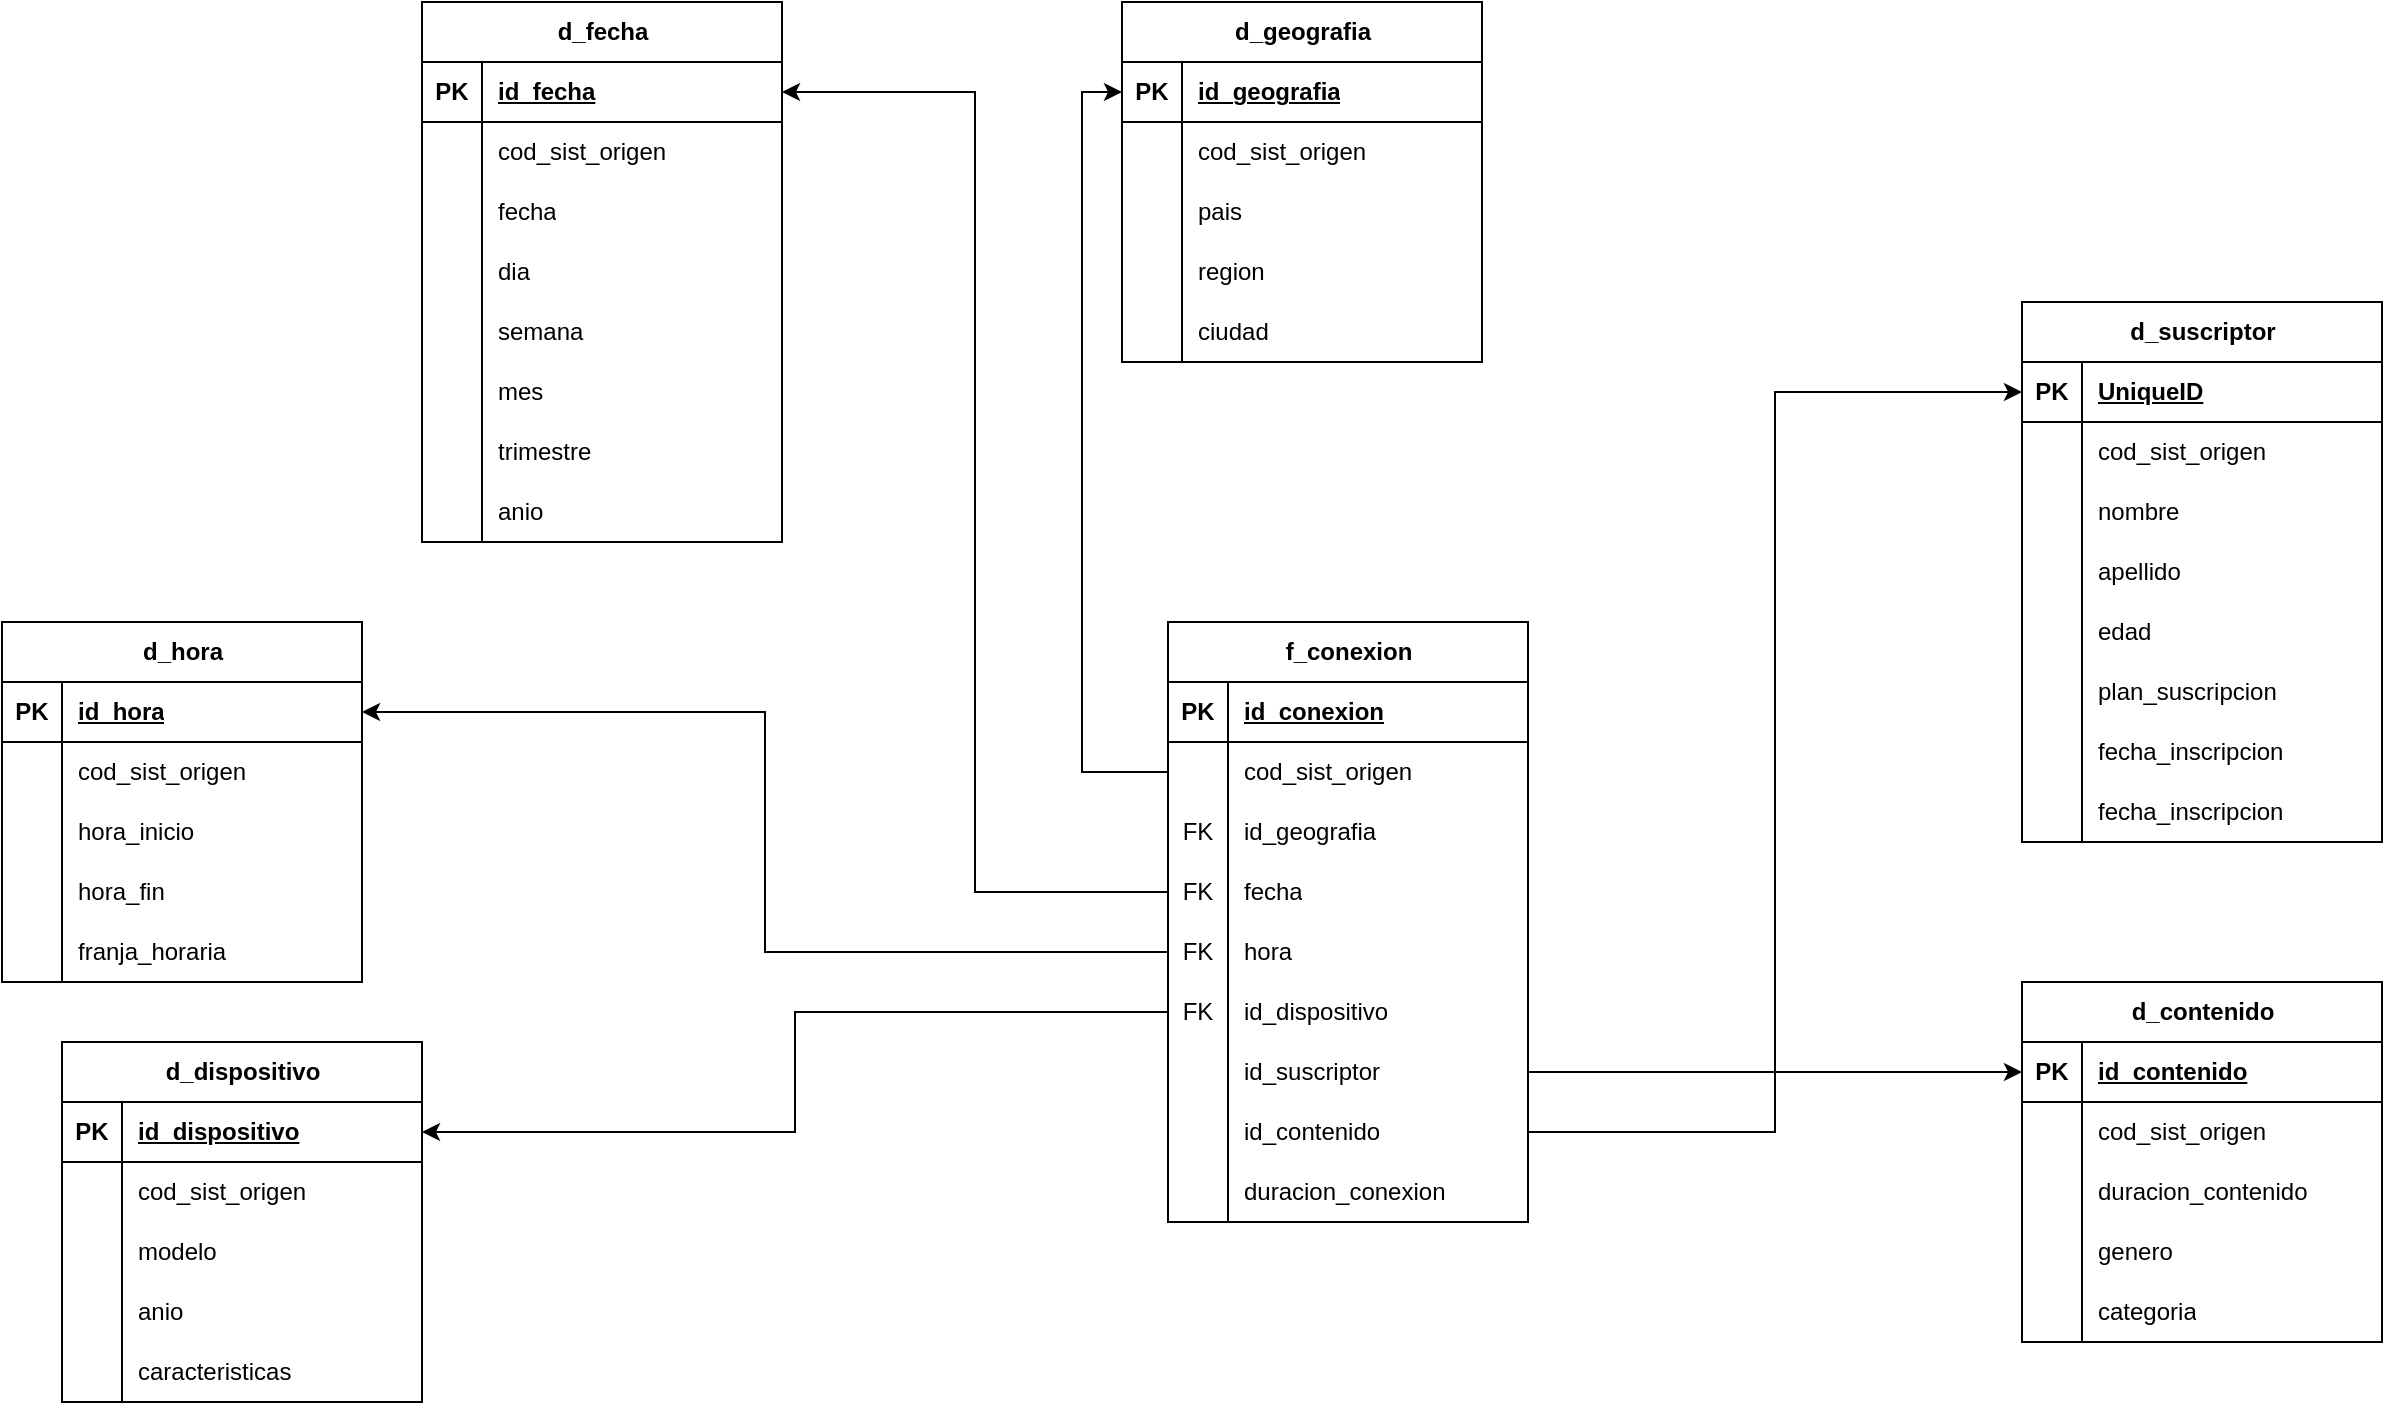
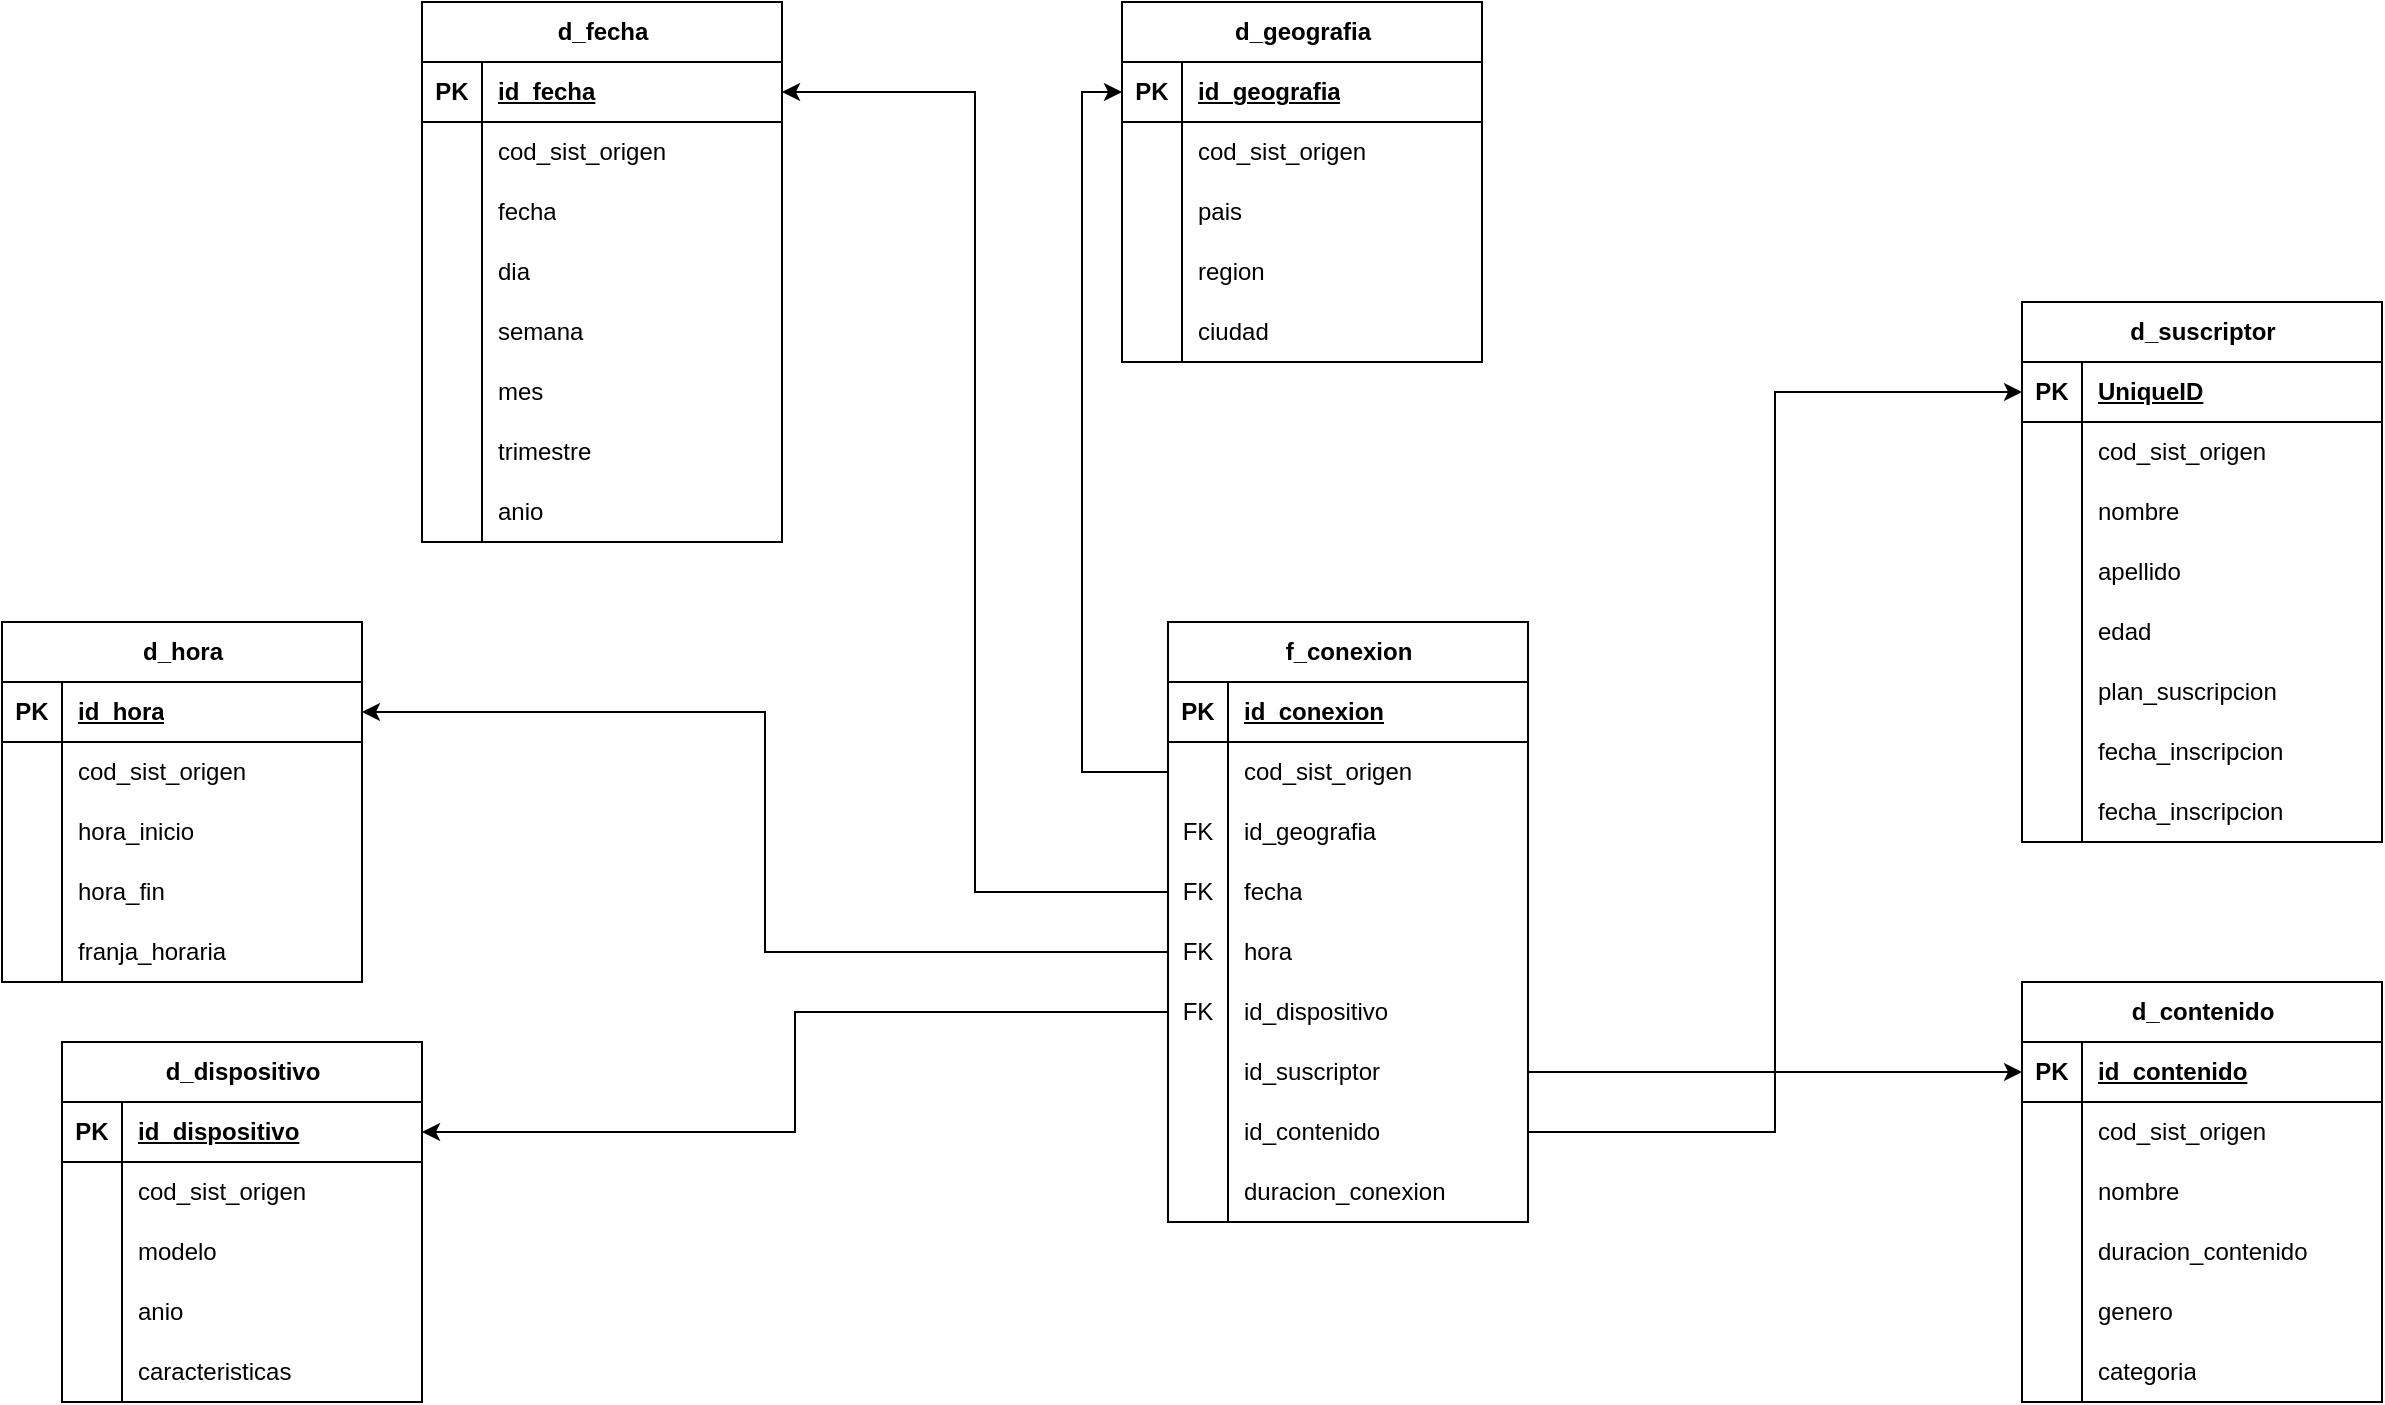
<mxfile host="app.diagrams.net">
  <diagram name="Página-1" id="CJSrgQ3mgTWEq4AmTGNy">
    <mxGraphModel dx="2592" dy="1884" grid="1" gridSize="10" guides="1" tooltips="1" connect="1" arrows="1" fold="1" page="1" pageScale="1" pageWidth="827" pageHeight="1169" math="0" shadow="0">
      <root>
        <mxCell id="0" />
        <mxCell id="1" parent="0" />
        <mxCell id="_npB_olXc3t6ZuDcXEgX-1" parent="1" style="shape=table;startSize=30;container=1;collapsible=1;childLayout=tableLayout;fixedRows=1;rowLines=0;fontStyle=1;align=center;resizeLast=1;html=1;" value="d_geografia" vertex="1">
          <mxGeometry height="180" width="180" x="390" y="-280" as="geometry" />
        </mxCell>
        <mxCell id="_npB_olXc3t6ZuDcXEgX-2" parent="_npB_olXc3t6ZuDcXEgX-1" style="shape=tableRow;horizontal=0;startSize=0;swimlaneHead=0;swimlaneBody=0;fillColor=none;collapsible=0;dropTarget=0;points=[[0,0.5],[1,0.5]];portConstraint=eastwest;top=0;left=0;right=0;bottom=1;" value="" vertex="1">
          <mxGeometry height="30" width="180" y="30" as="geometry" />
        </mxCell>
        <mxCell id="_npB_olXc3t6ZuDcXEgX-3" parent="_npB_olXc3t6ZuDcXEgX-2" style="shape=partialRectangle;connectable=0;fillColor=none;top=0;left=0;bottom=0;right=0;fontStyle=1;overflow=hidden;whiteSpace=wrap;html=1;" value="PK" vertex="1">
          <mxGeometry height="30" width="30" as="geometry">
            <mxRectangle height="30" width="30" as="alternateBounds" />
          </mxGeometry>
        </mxCell>
        <mxCell id="_npB_olXc3t6ZuDcXEgX-4" parent="_npB_olXc3t6ZuDcXEgX-2" style="shape=partialRectangle;connectable=0;fillColor=none;top=0;left=0;bottom=0;right=0;align=left;spacingLeft=6;fontStyle=5;overflow=hidden;whiteSpace=wrap;html=1;" value="id_geografia" vertex="1">
          <mxGeometry height="30" width="150" x="30" as="geometry">
            <mxRectangle height="30" width="150" as="alternateBounds" />
          </mxGeometry>
        </mxCell>
        <mxCell id="_npB_olXc3t6ZuDcXEgX-5" parent="_npB_olXc3t6ZuDcXEgX-1" style="shape=tableRow;horizontal=0;startSize=0;swimlaneHead=0;swimlaneBody=0;fillColor=none;collapsible=0;dropTarget=0;points=[[0,0.5],[1,0.5]];portConstraint=eastwest;top=0;left=0;right=0;bottom=0;" value="" vertex="1">
          <mxGeometry height="30" width="180" y="60" as="geometry" />
        </mxCell>
        <mxCell id="_npB_olXc3t6ZuDcXEgX-6" parent="_npB_olXc3t6ZuDcXEgX-5" style="shape=partialRectangle;connectable=0;fillColor=none;top=0;left=0;bottom=0;right=0;editable=1;overflow=hidden;whiteSpace=wrap;html=1;" value="" vertex="1">
          <mxGeometry height="30" width="30" as="geometry">
            <mxRectangle height="30" width="30" as="alternateBounds" />
          </mxGeometry>
        </mxCell>
        <mxCell id="_npB_olXc3t6ZuDcXEgX-7" parent="_npB_olXc3t6ZuDcXEgX-5" style="shape=partialRectangle;connectable=0;fillColor=none;top=0;left=0;bottom=0;right=0;align=left;spacingLeft=6;overflow=hidden;whiteSpace=wrap;html=1;" value="cod_sist_origen" vertex="1">
          <mxGeometry height="30" width="150" x="30" as="geometry">
            <mxRectangle height="30" width="150" as="alternateBounds" />
          </mxGeometry>
        </mxCell>
        <mxCell id="cPr3DCjvWUAbPxRIG4sF-52" parent="_npB_olXc3t6ZuDcXEgX-1" style="shape=tableRow;horizontal=0;startSize=0;swimlaneHead=0;swimlaneBody=0;fillColor=none;collapsible=0;dropTarget=0;points=[[0,0.5],[1,0.5]];portConstraint=eastwest;top=0;left=0;right=0;bottom=0;" value="" vertex="1">
          <mxGeometry height="30" width="180" y="90" as="geometry" />
        </mxCell>
        <mxCell id="cPr3DCjvWUAbPxRIG4sF-53" parent="cPr3DCjvWUAbPxRIG4sF-52" style="shape=partialRectangle;connectable=0;fillColor=none;top=0;left=0;bottom=0;right=0;editable=1;overflow=hidden;whiteSpace=wrap;html=1;" value="" vertex="1">
          <mxGeometry height="30" width="30" as="geometry">
            <mxRectangle height="30" width="30" as="alternateBounds" />
          </mxGeometry>
        </mxCell>
        <mxCell id="cPr3DCjvWUAbPxRIG4sF-54" parent="cPr3DCjvWUAbPxRIG4sF-52" style="shape=partialRectangle;connectable=0;fillColor=none;top=0;left=0;bottom=0;right=0;align=left;spacingLeft=6;overflow=hidden;whiteSpace=wrap;html=1;" value="pais" vertex="1">
          <mxGeometry height="30" width="150" x="30" as="geometry">
            <mxRectangle height="30" width="150" as="alternateBounds" />
          </mxGeometry>
        </mxCell>
        <mxCell id="_npB_olXc3t6ZuDcXEgX-8" parent="_npB_olXc3t6ZuDcXEgX-1" style="shape=tableRow;horizontal=0;startSize=0;swimlaneHead=0;swimlaneBody=0;fillColor=none;collapsible=0;dropTarget=0;points=[[0,0.5],[1,0.5]];portConstraint=eastwest;top=0;left=0;right=0;bottom=0;" value="" vertex="1">
          <mxGeometry height="30" width="180" y="120" as="geometry" />
        </mxCell>
        <mxCell id="_npB_olXc3t6ZuDcXEgX-9" parent="_npB_olXc3t6ZuDcXEgX-8" style="shape=partialRectangle;connectable=0;fillColor=none;top=0;left=0;bottom=0;right=0;editable=1;overflow=hidden;whiteSpace=wrap;html=1;" value="" vertex="1">
          <mxGeometry height="30" width="30" as="geometry">
            <mxRectangle height="30" width="30" as="alternateBounds" />
          </mxGeometry>
        </mxCell>
        <mxCell id="_npB_olXc3t6ZuDcXEgX-10" parent="_npB_olXc3t6ZuDcXEgX-8" style="shape=partialRectangle;connectable=0;fillColor=none;top=0;left=0;bottom=0;right=0;align=left;spacingLeft=6;overflow=hidden;whiteSpace=wrap;html=1;" value="region" vertex="1">
          <mxGeometry height="30" width="150" x="30" as="geometry">
            <mxRectangle height="30" width="150" as="alternateBounds" />
          </mxGeometry>
        </mxCell>
        <mxCell id="_npB_olXc3t6ZuDcXEgX-11" parent="_npB_olXc3t6ZuDcXEgX-1" style="shape=tableRow;horizontal=0;startSize=0;swimlaneHead=0;swimlaneBody=0;fillColor=none;collapsible=0;dropTarget=0;points=[[0,0.5],[1,0.5]];portConstraint=eastwest;top=0;left=0;right=0;bottom=0;" value="" vertex="1">
          <mxGeometry height="30" width="180" y="150" as="geometry" />
        </mxCell>
        <mxCell id="_npB_olXc3t6ZuDcXEgX-12" parent="_npB_olXc3t6ZuDcXEgX-11" style="shape=partialRectangle;connectable=0;fillColor=none;top=0;left=0;bottom=0;right=0;editable=1;overflow=hidden;whiteSpace=wrap;html=1;" value="" vertex="1">
          <mxGeometry height="30" width="30" as="geometry">
            <mxRectangle height="30" width="30" as="alternateBounds" />
          </mxGeometry>
        </mxCell>
        <mxCell id="_npB_olXc3t6ZuDcXEgX-13" parent="_npB_olXc3t6ZuDcXEgX-11" style="shape=partialRectangle;connectable=0;fillColor=none;top=0;left=0;bottom=0;right=0;align=left;spacingLeft=6;overflow=hidden;whiteSpace=wrap;html=1;" value="ciudad" vertex="1">
          <mxGeometry height="30" width="150" x="30" as="geometry">
            <mxRectangle height="30" width="150" as="alternateBounds" />
          </mxGeometry>
        </mxCell>
        <mxCell id="_npB_olXc3t6ZuDcXEgX-40" parent="1" style="shape=table;startSize=30;container=1;collapsible=1;childLayout=tableLayout;fixedRows=1;rowLines=0;fontStyle=1;align=center;resizeLast=1;html=1;" value="f_conexion" vertex="1">
          <mxGeometry height="300" width="180" x="413" y="30" as="geometry" />
        </mxCell>
        <mxCell id="_npB_olXc3t6ZuDcXEgX-41" parent="_npB_olXc3t6ZuDcXEgX-40" style="shape=tableRow;horizontal=0;startSize=0;swimlaneHead=0;swimlaneBody=0;fillColor=none;collapsible=0;dropTarget=0;points=[[0,0.5],[1,0.5]];portConstraint=eastwest;top=0;left=0;right=0;bottom=1;" value="" vertex="1">
          <mxGeometry height="30" width="180" y="30" as="geometry" />
        </mxCell>
        <mxCell id="_npB_olXc3t6ZuDcXEgX-42" parent="_npB_olXc3t6ZuDcXEgX-41" style="shape=partialRectangle;connectable=0;fillColor=none;top=0;left=0;bottom=0;right=0;fontStyle=1;overflow=hidden;whiteSpace=wrap;html=1;" value="PK" vertex="1">
          <mxGeometry height="30" width="30" as="geometry">
            <mxRectangle height="30" width="30" as="alternateBounds" />
          </mxGeometry>
        </mxCell>
        <mxCell id="_npB_olXc3t6ZuDcXEgX-43" parent="_npB_olXc3t6ZuDcXEgX-41" style="shape=partialRectangle;connectable=0;fillColor=none;top=0;left=0;bottom=0;right=0;align=left;spacingLeft=6;fontStyle=5;overflow=hidden;whiteSpace=wrap;html=1;" value="id_conexion" vertex="1">
          <mxGeometry height="30" width="150" x="30" as="geometry">
            <mxRectangle height="30" width="150" as="alternateBounds" />
          </mxGeometry>
        </mxCell>
        <mxCell id="_npB_olXc3t6ZuDcXEgX-44" parent="_npB_olXc3t6ZuDcXEgX-40" style="shape=tableRow;horizontal=0;startSize=0;swimlaneHead=0;swimlaneBody=0;fillColor=none;collapsible=0;dropTarget=0;points=[[0,0.5],[1,0.5]];portConstraint=eastwest;top=0;left=0;right=0;bottom=0;" value="" vertex="1">
          <mxGeometry height="30" width="180" y="60" as="geometry" />
        </mxCell>
        <mxCell id="_npB_olXc3t6ZuDcXEgX-45" parent="_npB_olXc3t6ZuDcXEgX-44" style="shape=partialRectangle;connectable=0;fillColor=none;top=0;left=0;bottom=0;right=0;editable=1;overflow=hidden;whiteSpace=wrap;html=1;" value="" vertex="1">
          <mxGeometry height="30" width="30" as="geometry">
            <mxRectangle height="30" width="30" as="alternateBounds" />
          </mxGeometry>
        </mxCell>
        <mxCell id="_npB_olXc3t6ZuDcXEgX-46" parent="_npB_olXc3t6ZuDcXEgX-44" style="shape=partialRectangle;connectable=0;fillColor=none;top=0;left=0;bottom=0;right=0;align=left;spacingLeft=6;overflow=hidden;whiteSpace=wrap;html=1;" value="cod_sist_origen" vertex="1">
          <mxGeometry height="30" width="150" x="30" as="geometry">
            <mxRectangle height="30" width="150" as="alternateBounds" />
          </mxGeometry>
        </mxCell>
        <mxCell id="cPr3DCjvWUAbPxRIG4sF-43" parent="_npB_olXc3t6ZuDcXEgX-40" style="shape=tableRow;horizontal=0;startSize=0;swimlaneHead=0;swimlaneBody=0;fillColor=none;collapsible=0;dropTarget=0;points=[[0,0.5],[1,0.5]];portConstraint=eastwest;top=0;left=0;right=0;bottom=0;" value="" vertex="1">
          <mxGeometry height="30" width="180" y="90" as="geometry" />
        </mxCell>
        <mxCell id="cPr3DCjvWUAbPxRIG4sF-44" parent="cPr3DCjvWUAbPxRIG4sF-43" style="shape=partialRectangle;connectable=0;fillColor=none;top=0;left=0;bottom=0;right=0;editable=1;overflow=hidden;whiteSpace=wrap;html=1;" value="FK" vertex="1">
          <mxGeometry height="30" width="30" as="geometry">
            <mxRectangle height="30" width="30" as="alternateBounds" />
          </mxGeometry>
        </mxCell>
        <mxCell id="cPr3DCjvWUAbPxRIG4sF-45" parent="cPr3DCjvWUAbPxRIG4sF-43" style="shape=partialRectangle;connectable=0;fillColor=none;top=0;left=0;bottom=0;right=0;align=left;spacingLeft=6;overflow=hidden;whiteSpace=wrap;html=1;" value="id_geografia" vertex="1">
          <mxGeometry height="30" width="150" x="30" as="geometry">
            <mxRectangle height="30" width="150" as="alternateBounds" />
          </mxGeometry>
        </mxCell>
        <mxCell id="cPr3DCjvWUAbPxRIG4sF-4" parent="_npB_olXc3t6ZuDcXEgX-40" style="shape=tableRow;horizontal=0;startSize=0;swimlaneHead=0;swimlaneBody=0;fillColor=none;collapsible=0;dropTarget=0;points=[[0,0.5],[1,0.5]];portConstraint=eastwest;top=0;left=0;right=0;bottom=0;" value="" vertex="1">
          <mxGeometry height="30" width="180" y="120" as="geometry" />
        </mxCell>
        <mxCell id="cPr3DCjvWUAbPxRIG4sF-5" parent="cPr3DCjvWUAbPxRIG4sF-4" style="shape=partialRectangle;connectable=0;fillColor=none;top=0;left=0;bottom=0;right=0;editable=1;overflow=hidden;whiteSpace=wrap;html=1;" value="FK" vertex="1">
          <mxGeometry height="30" width="30" as="geometry">
            <mxRectangle height="30" width="30" as="alternateBounds" />
          </mxGeometry>
        </mxCell>
        <mxCell id="cPr3DCjvWUAbPxRIG4sF-6" parent="cPr3DCjvWUAbPxRIG4sF-4" style="shape=partialRectangle;connectable=0;fillColor=none;top=0;left=0;bottom=0;right=0;align=left;spacingLeft=6;overflow=hidden;whiteSpace=wrap;html=1;" value="fecha" vertex="1">
          <mxGeometry height="30" width="150" x="30" as="geometry">
            <mxRectangle height="30" width="150" as="alternateBounds" />
          </mxGeometry>
        </mxCell>
        <mxCell id="_npB_olXc3t6ZuDcXEgX-47" parent="_npB_olXc3t6ZuDcXEgX-40" style="shape=tableRow;horizontal=0;startSize=0;swimlaneHead=0;swimlaneBody=0;fillColor=none;collapsible=0;dropTarget=0;points=[[0,0.5],[1,0.5]];portConstraint=eastwest;top=0;left=0;right=0;bottom=0;" value="" vertex="1">
          <mxGeometry height="30" width="180" y="150" as="geometry" />
        </mxCell>
        <mxCell id="_npB_olXc3t6ZuDcXEgX-48" parent="_npB_olXc3t6ZuDcXEgX-47" style="shape=partialRectangle;connectable=0;fillColor=none;top=0;left=0;bottom=0;right=0;editable=1;overflow=hidden;whiteSpace=wrap;html=1;" value="FK" vertex="1">
          <mxGeometry height="30" width="30" as="geometry">
            <mxRectangle height="30" width="30" as="alternateBounds" />
          </mxGeometry>
        </mxCell>
        <mxCell id="_npB_olXc3t6ZuDcXEgX-49" parent="_npB_olXc3t6ZuDcXEgX-47" style="shape=partialRectangle;connectable=0;fillColor=none;top=0;left=0;bottom=0;right=0;align=left;spacingLeft=6;overflow=hidden;whiteSpace=wrap;html=1;" value="hora" vertex="1">
          <mxGeometry height="30" width="150" x="30" as="geometry">
            <mxRectangle height="30" width="150" as="alternateBounds" />
          </mxGeometry>
        </mxCell>
        <mxCell id="-aOfcUVNLtPOQzGA6vKT-48" parent="_npB_olXc3t6ZuDcXEgX-40" style="shape=tableRow;horizontal=0;startSize=0;swimlaneHead=0;swimlaneBody=0;fillColor=none;collapsible=0;dropTarget=0;points=[[0,0.5],[1,0.5]];portConstraint=eastwest;top=0;left=0;right=0;bottom=0;" value="" vertex="1">
          <mxGeometry height="30" width="180" y="180" as="geometry" />
        </mxCell>
        <mxCell id="-aOfcUVNLtPOQzGA6vKT-49" parent="-aOfcUVNLtPOQzGA6vKT-48" style="shape=partialRectangle;connectable=0;fillColor=none;top=0;left=0;bottom=0;right=0;editable=1;overflow=hidden;whiteSpace=wrap;html=1;" value="FK" vertex="1">
          <mxGeometry height="30" width="30" as="geometry">
            <mxRectangle height="30" width="30" as="alternateBounds" />
          </mxGeometry>
        </mxCell>
        <mxCell id="-aOfcUVNLtPOQzGA6vKT-50" parent="-aOfcUVNLtPOQzGA6vKT-48" style="shape=partialRectangle;connectable=0;fillColor=none;top=0;left=0;bottom=0;right=0;align=left;spacingLeft=6;overflow=hidden;whiteSpace=wrap;html=1;" value="id_dispositivo" vertex="1">
          <mxGeometry height="30" width="150" x="30" as="geometry">
            <mxRectangle height="30" width="150" as="alternateBounds" />
          </mxGeometry>
        </mxCell>
        <mxCell id="-aOfcUVNLtPOQzGA6vKT-31" parent="_npB_olXc3t6ZuDcXEgX-40" style="shape=tableRow;horizontal=0;startSize=0;swimlaneHead=0;swimlaneBody=0;fillColor=none;collapsible=0;dropTarget=0;points=[[0,0.5],[1,0.5]];portConstraint=eastwest;top=0;left=0;right=0;bottom=0;" value="" vertex="1">
          <mxGeometry height="30" width="180" y="210" as="geometry" />
        </mxCell>
        <mxCell id="-aOfcUVNLtPOQzGA6vKT-32" parent="-aOfcUVNLtPOQzGA6vKT-31" style="shape=partialRectangle;connectable=0;fillColor=none;top=0;left=0;bottom=0;right=0;editable=1;overflow=hidden;whiteSpace=wrap;html=1;" value="" vertex="1">
          <mxGeometry height="30" width="30" as="geometry">
            <mxRectangle height="30" width="30" as="alternateBounds" />
          </mxGeometry>
        </mxCell>
        <mxCell id="-aOfcUVNLtPOQzGA6vKT-33" parent="-aOfcUVNLtPOQzGA6vKT-31" style="shape=partialRectangle;connectable=0;fillColor=none;top=0;left=0;bottom=0;right=0;align=left;spacingLeft=6;overflow=hidden;whiteSpace=wrap;html=1;" value="id_suscriptor" vertex="1">
          <mxGeometry height="30" width="150" x="30" as="geometry">
            <mxRectangle height="30" width="150" as="alternateBounds" />
          </mxGeometry>
        </mxCell>
        <mxCell id="cPr3DCjvWUAbPxRIG4sF-8" parent="_npB_olXc3t6ZuDcXEgX-40" style="shape=tableRow;horizontal=0;startSize=0;swimlaneHead=0;swimlaneBody=0;fillColor=none;collapsible=0;dropTarget=0;points=[[0,0.5],[1,0.5]];portConstraint=eastwest;top=0;left=0;right=0;bottom=0;" value="" vertex="1">
          <mxGeometry height="30" width="180" y="240" as="geometry" />
        </mxCell>
        <mxCell id="cPr3DCjvWUAbPxRIG4sF-9" parent="cPr3DCjvWUAbPxRIG4sF-8" style="shape=partialRectangle;connectable=0;fillColor=none;top=0;left=0;bottom=0;right=0;editable=1;overflow=hidden;whiteSpace=wrap;html=1;" value="" vertex="1">
          <mxGeometry height="30" width="30" as="geometry">
            <mxRectangle height="30" width="30" as="alternateBounds" />
          </mxGeometry>
        </mxCell>
        <mxCell id="cPr3DCjvWUAbPxRIG4sF-10" parent="cPr3DCjvWUAbPxRIG4sF-8" style="shape=partialRectangle;connectable=0;fillColor=none;top=0;left=0;bottom=0;right=0;align=left;spacingLeft=6;overflow=hidden;whiteSpace=wrap;html=1;" value="id_contenido" vertex="1">
          <mxGeometry height="30" width="150" x="30" as="geometry">
            <mxRectangle height="30" width="150" as="alternateBounds" />
          </mxGeometry>
        </mxCell>
        <mxCell id="cPr3DCjvWUAbPxRIG4sF-30" parent="_npB_olXc3t6ZuDcXEgX-40" style="shape=tableRow;horizontal=0;startSize=0;swimlaneHead=0;swimlaneBody=0;fillColor=none;collapsible=0;dropTarget=0;points=[[0,0.5],[1,0.5]];portConstraint=eastwest;top=0;left=0;right=0;bottom=0;" value="" vertex="1">
          <mxGeometry height="30" width="180" y="270" as="geometry" />
        </mxCell>
        <mxCell id="cPr3DCjvWUAbPxRIG4sF-31" parent="cPr3DCjvWUAbPxRIG4sF-30" style="shape=partialRectangle;connectable=0;fillColor=none;top=0;left=0;bottom=0;right=0;editable=1;overflow=hidden;whiteSpace=wrap;html=1;" value="" vertex="1">
          <mxGeometry height="30" width="30" as="geometry">
            <mxRectangle height="30" width="30" as="alternateBounds" />
          </mxGeometry>
        </mxCell>
        <mxCell id="cPr3DCjvWUAbPxRIG4sF-32" parent="cPr3DCjvWUAbPxRIG4sF-30" style="shape=partialRectangle;connectable=0;fillColor=none;top=0;left=0;bottom=0;right=0;align=left;spacingLeft=6;overflow=hidden;whiteSpace=wrap;html=1;" value="duracion_conexion" vertex="1">
          <mxGeometry height="30" width="150" x="30" as="geometry">
            <mxRectangle height="30" width="150" as="alternateBounds" />
          </mxGeometry>
        </mxCell>
        <mxCell id="_npB_olXc3t6ZuDcXEgX-53" parent="1" style="shape=table;startSize=30;container=1;collapsible=1;childLayout=tableLayout;fixedRows=1;rowLines=0;fontStyle=1;align=center;resizeLast=1;html=1;" value="d_suscriptor" vertex="1">
          <mxGeometry height="270" width="180" x="840" y="-130" as="geometry" />
        </mxCell>
        <mxCell id="_npB_olXc3t6ZuDcXEgX-54" parent="_npB_olXc3t6ZuDcXEgX-53" style="shape=tableRow;horizontal=0;startSize=0;swimlaneHead=0;swimlaneBody=0;fillColor=none;collapsible=0;dropTarget=0;points=[[0,0.5],[1,0.5]];portConstraint=eastwest;top=0;left=0;right=0;bottom=1;" value="" vertex="1">
          <mxGeometry height="30" width="180" y="30" as="geometry" />
        </mxCell>
        <mxCell id="_npB_olXc3t6ZuDcXEgX-55" parent="_npB_olXc3t6ZuDcXEgX-54" style="shape=partialRectangle;connectable=0;fillColor=none;top=0;left=0;bottom=0;right=0;fontStyle=1;overflow=hidden;whiteSpace=wrap;html=1;" value="PK" vertex="1">
          <mxGeometry height="30" width="30" as="geometry">
            <mxRectangle height="30" width="30" as="alternateBounds" />
          </mxGeometry>
        </mxCell>
        <mxCell id="_npB_olXc3t6ZuDcXEgX-56" parent="_npB_olXc3t6ZuDcXEgX-54" style="shape=partialRectangle;connectable=0;fillColor=none;top=0;left=0;bottom=0;right=0;align=left;spacingLeft=6;fontStyle=5;overflow=hidden;whiteSpace=wrap;html=1;" value="UniqueID" vertex="1">
          <mxGeometry height="30" width="150" x="30" as="geometry">
            <mxRectangle height="30" width="150" as="alternateBounds" />
          </mxGeometry>
        </mxCell>
        <mxCell id="_npB_olXc3t6ZuDcXEgX-57" parent="_npB_olXc3t6ZuDcXEgX-53" style="shape=tableRow;horizontal=0;startSize=0;swimlaneHead=0;swimlaneBody=0;fillColor=none;collapsible=0;dropTarget=0;points=[[0,0.5],[1,0.5]];portConstraint=eastwest;top=0;left=0;right=0;bottom=0;" value="" vertex="1">
          <mxGeometry height="30" width="180" y="60" as="geometry" />
        </mxCell>
        <mxCell id="_npB_olXc3t6ZuDcXEgX-58" parent="_npB_olXc3t6ZuDcXEgX-57" style="shape=partialRectangle;connectable=0;fillColor=none;top=0;left=0;bottom=0;right=0;editable=1;overflow=hidden;whiteSpace=wrap;html=1;" value="" vertex="1">
          <mxGeometry height="30" width="30" as="geometry">
            <mxRectangle height="30" width="30" as="alternateBounds" />
          </mxGeometry>
        </mxCell>
        <mxCell id="_npB_olXc3t6ZuDcXEgX-59" parent="_npB_olXc3t6ZuDcXEgX-57" style="shape=partialRectangle;connectable=0;fillColor=none;top=0;left=0;bottom=0;right=0;align=left;spacingLeft=6;overflow=hidden;whiteSpace=wrap;html=1;" value="cod_sist_origen" vertex="1">
          <mxGeometry height="30" width="150" x="30" as="geometry">
            <mxRectangle height="30" width="150" as="alternateBounds" />
          </mxGeometry>
        </mxCell>
        <mxCell id="cPr3DCjvWUAbPxRIG4sF-46" parent="_npB_olXc3t6ZuDcXEgX-53" style="shape=tableRow;horizontal=0;startSize=0;swimlaneHead=0;swimlaneBody=0;fillColor=none;collapsible=0;dropTarget=0;points=[[0,0.5],[1,0.5]];portConstraint=eastwest;top=0;left=0;right=0;bottom=0;" value="" vertex="1">
          <mxGeometry height="30" width="180" y="90" as="geometry" />
        </mxCell>
        <mxCell id="cPr3DCjvWUAbPxRIG4sF-47" parent="cPr3DCjvWUAbPxRIG4sF-46" style="shape=partialRectangle;connectable=0;fillColor=none;top=0;left=0;bottom=0;right=0;editable=1;overflow=hidden;whiteSpace=wrap;html=1;" value="" vertex="1">
          <mxGeometry height="30" width="30" as="geometry">
            <mxRectangle height="30" width="30" as="alternateBounds" />
          </mxGeometry>
        </mxCell>
        <mxCell id="cPr3DCjvWUAbPxRIG4sF-48" parent="cPr3DCjvWUAbPxRIG4sF-46" style="shape=partialRectangle;connectable=0;fillColor=none;top=0;left=0;bottom=0;right=0;align=left;spacingLeft=6;overflow=hidden;whiteSpace=wrap;html=1;" value="nombre" vertex="1">
          <mxGeometry height="30" width="150" x="30" as="geometry">
            <mxRectangle height="30" width="150" as="alternateBounds" />
          </mxGeometry>
        </mxCell>
        <mxCell id="_npB_olXc3t6ZuDcXEgX-60" parent="_npB_olXc3t6ZuDcXEgX-53" style="shape=tableRow;horizontal=0;startSize=0;swimlaneHead=0;swimlaneBody=0;fillColor=none;collapsible=0;dropTarget=0;points=[[0,0.5],[1,0.5]];portConstraint=eastwest;top=0;left=0;right=0;bottom=0;" value="" vertex="1">
          <mxGeometry height="30" width="180" y="120" as="geometry" />
        </mxCell>
        <mxCell id="_npB_olXc3t6ZuDcXEgX-61" parent="_npB_olXc3t6ZuDcXEgX-60" style="shape=partialRectangle;connectable=0;fillColor=none;top=0;left=0;bottom=0;right=0;editable=1;overflow=hidden;whiteSpace=wrap;html=1;" value="" vertex="1">
          <mxGeometry height="30" width="30" as="geometry">
            <mxRectangle height="30" width="30" as="alternateBounds" />
          </mxGeometry>
        </mxCell>
        <mxCell id="_npB_olXc3t6ZuDcXEgX-62" parent="_npB_olXc3t6ZuDcXEgX-60" style="shape=partialRectangle;connectable=0;fillColor=none;top=0;left=0;bottom=0;right=0;align=left;spacingLeft=6;overflow=hidden;whiteSpace=wrap;html=1;" value="apellido" vertex="1">
          <mxGeometry height="30" width="150" x="30" as="geometry">
            <mxRectangle height="30" width="150" as="alternateBounds" />
          </mxGeometry>
        </mxCell>
        <mxCell id="_npB_olXc3t6ZuDcXEgX-63" parent="_npB_olXc3t6ZuDcXEgX-53" style="shape=tableRow;horizontal=0;startSize=0;swimlaneHead=0;swimlaneBody=0;fillColor=none;collapsible=0;dropTarget=0;points=[[0,0.5],[1,0.5]];portConstraint=eastwest;top=0;left=0;right=0;bottom=0;" value="" vertex="1">
          <mxGeometry height="30" width="180" y="150" as="geometry" />
        </mxCell>
        <mxCell id="_npB_olXc3t6ZuDcXEgX-64" parent="_npB_olXc3t6ZuDcXEgX-63" style="shape=partialRectangle;connectable=0;fillColor=none;top=0;left=0;bottom=0;right=0;editable=1;overflow=hidden;whiteSpace=wrap;html=1;" value="" vertex="1">
          <mxGeometry height="30" width="30" as="geometry">
            <mxRectangle height="30" width="30" as="alternateBounds" />
          </mxGeometry>
        </mxCell>
        <mxCell id="_npB_olXc3t6ZuDcXEgX-65" parent="_npB_olXc3t6ZuDcXEgX-63" style="shape=partialRectangle;connectable=0;fillColor=none;top=0;left=0;bottom=0;right=0;align=left;spacingLeft=6;overflow=hidden;whiteSpace=wrap;html=1;" value="edad" vertex="1">
          <mxGeometry height="30" width="150" x="30" as="geometry">
            <mxRectangle height="30" width="150" as="alternateBounds" />
          </mxGeometry>
        </mxCell>
        <mxCell id="-aOfcUVNLtPOQzGA6vKT-22" parent="_npB_olXc3t6ZuDcXEgX-53" style="shape=tableRow;horizontal=0;startSize=0;swimlaneHead=0;swimlaneBody=0;fillColor=none;collapsible=0;dropTarget=0;points=[[0,0.5],[1,0.5]];portConstraint=eastwest;top=0;left=0;right=0;bottom=0;" value="" vertex="1">
          <mxGeometry height="30" width="180" y="180" as="geometry" />
        </mxCell>
        <mxCell id="-aOfcUVNLtPOQzGA6vKT-23" parent="-aOfcUVNLtPOQzGA6vKT-22" style="shape=partialRectangle;connectable=0;fillColor=none;top=0;left=0;bottom=0;right=0;editable=1;overflow=hidden;whiteSpace=wrap;html=1;" value="" vertex="1">
          <mxGeometry height="30" width="30" as="geometry">
            <mxRectangle height="30" width="30" as="alternateBounds" />
          </mxGeometry>
        </mxCell>
        <mxCell id="-aOfcUVNLtPOQzGA6vKT-24" parent="-aOfcUVNLtPOQzGA6vKT-22" style="shape=partialRectangle;connectable=0;fillColor=none;top=0;left=0;bottom=0;right=0;align=left;spacingLeft=6;overflow=hidden;whiteSpace=wrap;html=1;" value="plan_suscripcion" vertex="1">
          <mxGeometry height="30" width="150" x="30" as="geometry">
            <mxRectangle height="30" width="150" as="alternateBounds" />
          </mxGeometry>
        </mxCell>
        <mxCell id="-aOfcUVNLtPOQzGA6vKT-16" parent="_npB_olXc3t6ZuDcXEgX-53" style="shape=tableRow;horizontal=0;startSize=0;swimlaneHead=0;swimlaneBody=0;fillColor=none;collapsible=0;dropTarget=0;points=[[0,0.5],[1,0.5]];portConstraint=eastwest;top=0;left=0;right=0;bottom=0;" value="" vertex="1">
          <mxGeometry height="30" width="180" y="210" as="geometry" />
        </mxCell>
        <mxCell id="-aOfcUVNLtPOQzGA6vKT-17" parent="-aOfcUVNLtPOQzGA6vKT-16" style="shape=partialRectangle;connectable=0;fillColor=none;top=0;left=0;bottom=0;right=0;editable=1;overflow=hidden;whiteSpace=wrap;html=1;" value="" vertex="1">
          <mxGeometry height="30" width="30" as="geometry">
            <mxRectangle height="30" width="30" as="alternateBounds" />
          </mxGeometry>
        </mxCell>
        <mxCell id="-aOfcUVNLtPOQzGA6vKT-18" parent="-aOfcUVNLtPOQzGA6vKT-16" style="shape=partialRectangle;connectable=0;fillColor=none;top=0;left=0;bottom=0;right=0;align=left;spacingLeft=6;overflow=hidden;whiteSpace=wrap;html=1;" value="fecha_inscripcion" vertex="1">
          <mxGeometry height="30" width="150" x="30" as="geometry">
            <mxRectangle height="30" width="150" as="alternateBounds" />
          </mxGeometry>
        </mxCell>
        <mxCell id="-aOfcUVNLtPOQzGA6vKT-19" parent="_npB_olXc3t6ZuDcXEgX-53" style="shape=tableRow;horizontal=0;startSize=0;swimlaneHead=0;swimlaneBody=0;fillColor=none;collapsible=0;dropTarget=0;points=[[0,0.5],[1,0.5]];portConstraint=eastwest;top=0;left=0;right=0;bottom=0;" value="" vertex="1">
          <mxGeometry height="30" width="180" y="240" as="geometry" />
        </mxCell>
        <mxCell id="-aOfcUVNLtPOQzGA6vKT-20" parent="-aOfcUVNLtPOQzGA6vKT-19" style="shape=partialRectangle;connectable=0;fillColor=none;top=0;left=0;bottom=0;right=0;editable=1;overflow=hidden;whiteSpace=wrap;html=1;" value="" vertex="1">
          <mxGeometry height="30" width="30" as="geometry">
            <mxRectangle height="30" width="30" as="alternateBounds" />
          </mxGeometry>
        </mxCell>
        <mxCell id="-aOfcUVNLtPOQzGA6vKT-21" parent="-aOfcUVNLtPOQzGA6vKT-19" style="shape=partialRectangle;connectable=0;fillColor=none;top=0;left=0;bottom=0;right=0;align=left;spacingLeft=6;overflow=hidden;whiteSpace=wrap;html=1;" value="fecha_inscripcion" vertex="1">
          <mxGeometry height="30" width="150" x="30" as="geometry">
            <mxRectangle height="30" width="150" as="alternateBounds" />
          </mxGeometry>
        </mxCell>
        <mxCell id="_npB_olXc3t6ZuDcXEgX-66" parent="1" style="shape=table;startSize=30;container=1;collapsible=1;childLayout=tableLayout;fixedRows=1;rowLines=0;fontStyle=1;align=center;resizeLast=1;html=1;" value="d_dispositivo" vertex="1">
          <mxGeometry height="180" width="180" x="-140" y="240" as="geometry" />
        </mxCell>
        <mxCell id="_npB_olXc3t6ZuDcXEgX-67" parent="_npB_olXc3t6ZuDcXEgX-66" style="shape=tableRow;horizontal=0;startSize=0;swimlaneHead=0;swimlaneBody=0;fillColor=none;collapsible=0;dropTarget=0;points=[[0,0.5],[1,0.5]];portConstraint=eastwest;top=0;left=0;right=0;bottom=1;" value="" vertex="1">
          <mxGeometry height="30" width="180" y="30" as="geometry" />
        </mxCell>
        <mxCell id="_npB_olXc3t6ZuDcXEgX-68" parent="_npB_olXc3t6ZuDcXEgX-67" style="shape=partialRectangle;connectable=0;fillColor=none;top=0;left=0;bottom=0;right=0;fontStyle=1;overflow=hidden;whiteSpace=wrap;html=1;" value="PK" vertex="1">
          <mxGeometry height="30" width="30" as="geometry">
            <mxRectangle height="30" width="30" as="alternateBounds" />
          </mxGeometry>
        </mxCell>
        <mxCell id="_npB_olXc3t6ZuDcXEgX-69" parent="_npB_olXc3t6ZuDcXEgX-67" style="shape=partialRectangle;connectable=0;fillColor=none;top=0;left=0;bottom=0;right=0;align=left;spacingLeft=6;fontStyle=5;overflow=hidden;whiteSpace=wrap;html=1;" value="id_dispositivo" vertex="1">
          <mxGeometry height="30" width="150" x="30" as="geometry">
            <mxRectangle height="30" width="150" as="alternateBounds" />
          </mxGeometry>
        </mxCell>
        <mxCell id="_npB_olXc3t6ZuDcXEgX-70" parent="_npB_olXc3t6ZuDcXEgX-66" style="shape=tableRow;horizontal=0;startSize=0;swimlaneHead=0;swimlaneBody=0;fillColor=none;collapsible=0;dropTarget=0;points=[[0,0.5],[1,0.5]];portConstraint=eastwest;top=0;left=0;right=0;bottom=0;" value="" vertex="1">
          <mxGeometry height="30" width="180" y="60" as="geometry" />
        </mxCell>
        <mxCell id="_npB_olXc3t6ZuDcXEgX-71" parent="_npB_olXc3t6ZuDcXEgX-70" style="shape=partialRectangle;connectable=0;fillColor=none;top=0;left=0;bottom=0;right=0;editable=1;overflow=hidden;whiteSpace=wrap;html=1;" value="" vertex="1">
          <mxGeometry height="30" width="30" as="geometry">
            <mxRectangle height="30" width="30" as="alternateBounds" />
          </mxGeometry>
        </mxCell>
        <mxCell id="_npB_olXc3t6ZuDcXEgX-72" parent="_npB_olXc3t6ZuDcXEgX-70" style="shape=partialRectangle;connectable=0;fillColor=none;top=0;left=0;bottom=0;right=0;align=left;spacingLeft=6;overflow=hidden;whiteSpace=wrap;html=1;" value="cod_sist_origen" vertex="1">
          <mxGeometry height="30" width="150" x="30" as="geometry">
            <mxRectangle height="30" width="150" as="alternateBounds" />
          </mxGeometry>
        </mxCell>
        <mxCell id="cPr3DCjvWUAbPxRIG4sF-61" parent="_npB_olXc3t6ZuDcXEgX-66" style="shape=tableRow;horizontal=0;startSize=0;swimlaneHead=0;swimlaneBody=0;fillColor=none;collapsible=0;dropTarget=0;points=[[0,0.5],[1,0.5]];portConstraint=eastwest;top=0;left=0;right=0;bottom=0;" value="" vertex="1">
          <mxGeometry height="30" width="180" y="90" as="geometry" />
        </mxCell>
        <mxCell id="cPr3DCjvWUAbPxRIG4sF-62" parent="cPr3DCjvWUAbPxRIG4sF-61" style="shape=partialRectangle;connectable=0;fillColor=none;top=0;left=0;bottom=0;right=0;editable=1;overflow=hidden;whiteSpace=wrap;html=1;" value="" vertex="1">
          <mxGeometry height="30" width="30" as="geometry">
            <mxRectangle height="30" width="30" as="alternateBounds" />
          </mxGeometry>
        </mxCell>
        <mxCell id="cPr3DCjvWUAbPxRIG4sF-63" parent="cPr3DCjvWUAbPxRIG4sF-61" style="shape=partialRectangle;connectable=0;fillColor=none;top=0;left=0;bottom=0;right=0;align=left;spacingLeft=6;overflow=hidden;whiteSpace=wrap;html=1;" value="modelo" vertex="1">
          <mxGeometry height="30" width="150" x="30" as="geometry">
            <mxRectangle height="30" width="150" as="alternateBounds" />
          </mxGeometry>
        </mxCell>
        <mxCell id="_npB_olXc3t6ZuDcXEgX-73" parent="_npB_olXc3t6ZuDcXEgX-66" style="shape=tableRow;horizontal=0;startSize=0;swimlaneHead=0;swimlaneBody=0;fillColor=none;collapsible=0;dropTarget=0;points=[[0,0.5],[1,0.5]];portConstraint=eastwest;top=0;left=0;right=0;bottom=0;" value="" vertex="1">
          <mxGeometry height="30" width="180" y="120" as="geometry" />
        </mxCell>
        <mxCell id="_npB_olXc3t6ZuDcXEgX-74" parent="_npB_olXc3t6ZuDcXEgX-73" style="shape=partialRectangle;connectable=0;fillColor=none;top=0;left=0;bottom=0;right=0;editable=1;overflow=hidden;whiteSpace=wrap;html=1;" value="" vertex="1">
          <mxGeometry height="30" width="30" as="geometry">
            <mxRectangle height="30" width="30" as="alternateBounds" />
          </mxGeometry>
        </mxCell>
        <mxCell id="_npB_olXc3t6ZuDcXEgX-75" parent="_npB_olXc3t6ZuDcXEgX-73" style="shape=partialRectangle;connectable=0;fillColor=none;top=0;left=0;bottom=0;right=0;align=left;spacingLeft=6;overflow=hidden;whiteSpace=wrap;html=1;" value="anio" vertex="1">
          <mxGeometry height="30" width="150" x="30" as="geometry">
            <mxRectangle height="30" width="150" as="alternateBounds" />
          </mxGeometry>
        </mxCell>
        <mxCell id="_npB_olXc3t6ZuDcXEgX-76" parent="_npB_olXc3t6ZuDcXEgX-66" style="shape=tableRow;horizontal=0;startSize=0;swimlaneHead=0;swimlaneBody=0;fillColor=none;collapsible=0;dropTarget=0;points=[[0,0.5],[1,0.5]];portConstraint=eastwest;top=0;left=0;right=0;bottom=0;" value="" vertex="1">
          <mxGeometry height="30" width="180" y="150" as="geometry" />
        </mxCell>
        <mxCell id="_npB_olXc3t6ZuDcXEgX-77" parent="_npB_olXc3t6ZuDcXEgX-76" style="shape=partialRectangle;connectable=0;fillColor=none;top=0;left=0;bottom=0;right=0;editable=1;overflow=hidden;whiteSpace=wrap;html=1;" value="" vertex="1">
          <mxGeometry height="30" width="30" as="geometry">
            <mxRectangle height="30" width="30" as="alternateBounds" />
          </mxGeometry>
        </mxCell>
        <mxCell id="_npB_olXc3t6ZuDcXEgX-78" parent="_npB_olXc3t6ZuDcXEgX-76" style="shape=partialRectangle;connectable=0;fillColor=none;top=0;left=0;bottom=0;right=0;align=left;spacingLeft=6;overflow=hidden;whiteSpace=wrap;html=1;" value="caracteristicas" vertex="1">
          <mxGeometry height="30" width="150" x="30" as="geometry">
            <mxRectangle height="30" width="150" as="alternateBounds" />
          </mxGeometry>
        </mxCell>
        <mxCell id="_npB_olXc3t6ZuDcXEgX-79" parent="1" style="shape=table;startSize=30;container=1;collapsible=1;childLayout=tableLayout;fixedRows=1;rowLines=0;fontStyle=1;align=center;resizeLast=1;html=1;" value="d_contenido" vertex="1">
-           <mxGeometry height="180" width="180" x="840" y="210" as="geometry" />
+           <mxGeometry height="210" width="180" x="840" y="210" as="geometry" />
        </mxCell>
        <mxCell id="_npB_olXc3t6ZuDcXEgX-80" parent="_npB_olXc3t6ZuDcXEgX-79" style="shape=tableRow;horizontal=0;startSize=0;swimlaneHead=0;swimlaneBody=0;fillColor=none;collapsible=0;dropTarget=0;points=[[0,0.5],[1,0.5]];portConstraint=eastwest;top=0;left=0;right=0;bottom=1;" value="" vertex="1">
          <mxGeometry height="30" width="180" y="30" as="geometry" />
        </mxCell>
        <mxCell id="_npB_olXc3t6ZuDcXEgX-81" parent="_npB_olXc3t6ZuDcXEgX-80" style="shape=partialRectangle;connectable=0;fillColor=none;top=0;left=0;bottom=0;right=0;fontStyle=1;overflow=hidden;whiteSpace=wrap;html=1;" value="PK" vertex="1">
          <mxGeometry height="30" width="30" as="geometry">
            <mxRectangle height="30" width="30" as="alternateBounds" />
          </mxGeometry>
        </mxCell>
        <mxCell id="_npB_olXc3t6ZuDcXEgX-82" parent="_npB_olXc3t6ZuDcXEgX-80" style="shape=partialRectangle;connectable=0;fillColor=none;top=0;left=0;bottom=0;right=0;align=left;spacingLeft=6;fontStyle=5;overflow=hidden;whiteSpace=wrap;html=1;" value="id_contenido" vertex="1">
          <mxGeometry height="30" width="150" x="30" as="geometry">
            <mxRectangle height="30" width="150" as="alternateBounds" />
          </mxGeometry>
        </mxCell>
        <mxCell id="_npB_olXc3t6ZuDcXEgX-86" parent="_npB_olXc3t6ZuDcXEgX-79" style="shape=tableRow;horizontal=0;startSize=0;swimlaneHead=0;swimlaneBody=0;fillColor=none;collapsible=0;dropTarget=0;points=[[0,0.5],[1,0.5]];portConstraint=eastwest;top=0;left=0;right=0;bottom=0;" value="" vertex="1">
          <mxGeometry height="30" width="180" y="60" as="geometry" />
        </mxCell>
        <mxCell id="_npB_olXc3t6ZuDcXEgX-87" parent="_npB_olXc3t6ZuDcXEgX-86" style="shape=partialRectangle;connectable=0;fillColor=none;top=0;left=0;bottom=0;right=0;editable=1;overflow=hidden;whiteSpace=wrap;html=1;" value="" vertex="1">
          <mxGeometry height="30" width="30" as="geometry">
            <mxRectangle height="30" width="30" as="alternateBounds" />
          </mxGeometry>
        </mxCell>
        <mxCell id="_npB_olXc3t6ZuDcXEgX-88" parent="_npB_olXc3t6ZuDcXEgX-86" style="shape=partialRectangle;connectable=0;fillColor=none;top=0;left=0;bottom=0;right=0;align=left;spacingLeft=6;overflow=hidden;whiteSpace=wrap;html=1;" value="cod_sist_origen" vertex="1">
          <mxGeometry height="30" width="150" x="30" as="geometry">
            <mxRectangle height="30" width="150" as="alternateBounds" />
          </mxGeometry>
        </mxCell>
+         <mxCell id="v2wwMel5NNtIVrjsRujD-1" parent="_npB_olXc3t6ZuDcXEgX-79" style="shape=tableRow;horizontal=0;startSize=0;swimlaneHead=0;swimlaneBody=0;fillColor=none;collapsible=0;dropTarget=0;points=[[0,0.5],[1,0.5]];portConstraint=eastwest;top=0;left=0;right=0;bottom=0;" value="" vertex="1">
+           <mxGeometry height="30" width="180" y="90" as="geometry" />
+         </mxCell>
+         <mxCell id="v2wwMel5NNtIVrjsRujD-2" parent="v2wwMel5NNtIVrjsRujD-1" style="shape=partialRectangle;connectable=0;fillColor=none;top=0;left=0;bottom=0;right=0;editable=1;overflow=hidden;whiteSpace=wrap;html=1;" value="" vertex="1">
+           <mxGeometry height="30" width="30" as="geometry">
+             <mxRectangle height="30" width="30" as="alternateBounds" />
+           </mxGeometry>
+         </mxCell>
+         <mxCell id="v2wwMel5NNtIVrjsRujD-3" parent="v2wwMel5NNtIVrjsRujD-1" style="shape=partialRectangle;connectable=0;fillColor=none;top=0;left=0;bottom=0;right=0;align=left;spacingLeft=6;overflow=hidden;whiteSpace=wrap;html=1;" value="nombre" vertex="1">
+           <mxGeometry height="30" width="150" x="30" as="geometry">
+             <mxRectangle height="30" width="150" as="alternateBounds" />
+           </mxGeometry>
+         </mxCell>
        <mxCell id="cPr3DCjvWUAbPxRIG4sF-49" parent="_npB_olXc3t6ZuDcXEgX-79" style="shape=tableRow;horizontal=0;startSize=0;swimlaneHead=0;swimlaneBody=0;fillColor=none;collapsible=0;dropTarget=0;points=[[0,0.5],[1,0.5]];portConstraint=eastwest;top=0;left=0;right=0;bottom=0;" value="" vertex="1">
-           <mxGeometry height="30" width="180" y="90" as="geometry" />
+           <mxGeometry height="30" width="180" y="120" as="geometry" />
        </mxCell>
        <mxCell id="cPr3DCjvWUAbPxRIG4sF-50" parent="cPr3DCjvWUAbPxRIG4sF-49" style="shape=partialRectangle;connectable=0;fillColor=none;top=0;left=0;bottom=0;right=0;editable=1;overflow=hidden;whiteSpace=wrap;html=1;" value="" vertex="1">
          <mxGeometry height="30" width="30" as="geometry">
            <mxRectangle height="30" width="30" as="alternateBounds" />
          </mxGeometry>
        </mxCell>
        <mxCell id="cPr3DCjvWUAbPxRIG4sF-51" parent="cPr3DCjvWUAbPxRIG4sF-49" style="shape=partialRectangle;connectable=0;fillColor=none;top=0;left=0;bottom=0;right=0;align=left;spacingLeft=6;overflow=hidden;whiteSpace=wrap;html=1;" value="duracion_contenido" vertex="1">
          <mxGeometry height="30" width="150" x="30" as="geometry">
            <mxRectangle height="30" width="150" as="alternateBounds" />
          </mxGeometry>
        </mxCell>
        <mxCell id="_npB_olXc3t6ZuDcXEgX-89" parent="_npB_olXc3t6ZuDcXEgX-79" style="shape=tableRow;horizontal=0;startSize=0;swimlaneHead=0;swimlaneBody=0;fillColor=none;collapsible=0;dropTarget=0;points=[[0,0.5],[1,0.5]];portConstraint=eastwest;top=0;left=0;right=0;bottom=0;" value="" vertex="1">
-           <mxGeometry height="30" width="180" y="120" as="geometry" />
+           <mxGeometry height="30" width="180" y="150" as="geometry" />
        </mxCell>
        <mxCell id="_npB_olXc3t6ZuDcXEgX-90" parent="_npB_olXc3t6ZuDcXEgX-89" style="shape=partialRectangle;connectable=0;fillColor=none;top=0;left=0;bottom=0;right=0;editable=1;overflow=hidden;whiteSpace=wrap;html=1;" value="" vertex="1">
          <mxGeometry height="30" width="30" as="geometry">
            <mxRectangle height="30" width="30" as="alternateBounds" />
          </mxGeometry>
        </mxCell>
        <mxCell id="_npB_olXc3t6ZuDcXEgX-91" parent="_npB_olXc3t6ZuDcXEgX-89" style="shape=partialRectangle;connectable=0;fillColor=none;top=0;left=0;bottom=0;right=0;align=left;spacingLeft=6;overflow=hidden;whiteSpace=wrap;html=1;" value="genero" vertex="1">
          <mxGeometry height="30" width="150" x="30" as="geometry">
            <mxRectangle height="30" width="150" as="alternateBounds" />
          </mxGeometry>
        </mxCell>
        <mxCell id="cPr3DCjvWUAbPxRIG4sF-12" parent="_npB_olXc3t6ZuDcXEgX-79" style="shape=tableRow;horizontal=0;startSize=0;swimlaneHead=0;swimlaneBody=0;fillColor=none;collapsible=0;dropTarget=0;points=[[0,0.5],[1,0.5]];portConstraint=eastwest;top=0;left=0;right=0;bottom=0;" value="" vertex="1">
-           <mxGeometry height="30" width="180" y="150" as="geometry" />
+           <mxGeometry height="30" width="180" y="180" as="geometry" />
        </mxCell>
        <mxCell id="cPr3DCjvWUAbPxRIG4sF-13" parent="cPr3DCjvWUAbPxRIG4sF-12" style="shape=partialRectangle;connectable=0;fillColor=none;top=0;left=0;bottom=0;right=0;editable=1;overflow=hidden;whiteSpace=wrap;html=1;" value="" vertex="1">
          <mxGeometry height="30" width="30" as="geometry">
            <mxRectangle height="30" width="30" as="alternateBounds" />
          </mxGeometry>
        </mxCell>
        <mxCell id="cPr3DCjvWUAbPxRIG4sF-14" parent="cPr3DCjvWUAbPxRIG4sF-12" style="shape=partialRectangle;connectable=0;fillColor=none;top=0;left=0;bottom=0;right=0;align=left;spacingLeft=6;overflow=hidden;whiteSpace=wrap;html=1;" value="categoria" vertex="1">
          <mxGeometry height="30" width="150" x="30" as="geometry">
            <mxRectangle height="30" width="150" as="alternateBounds" />
          </mxGeometry>
        </mxCell>
        <mxCell id="_npB_olXc3t6ZuDcXEgX-14" parent="1" style="shape=table;startSize=30;container=1;collapsible=1;childLayout=tableLayout;fixedRows=1;rowLines=0;fontStyle=1;align=center;resizeLast=1;html=1;" value="d_fecha" vertex="1">
          <mxGeometry height="270" width="180" x="40" y="-280" as="geometry" />
        </mxCell>
        <mxCell id="_npB_olXc3t6ZuDcXEgX-15" parent="_npB_olXc3t6ZuDcXEgX-14" style="shape=tableRow;horizontal=0;startSize=0;swimlaneHead=0;swimlaneBody=0;fillColor=none;collapsible=0;dropTarget=0;points=[[0,0.5],[1,0.5]];portConstraint=eastwest;top=0;left=0;right=0;bottom=1;" value="" vertex="1">
          <mxGeometry height="30" width="180" y="30" as="geometry" />
        </mxCell>
        <mxCell id="_npB_olXc3t6ZuDcXEgX-16" parent="_npB_olXc3t6ZuDcXEgX-15" style="shape=partialRectangle;connectable=0;fillColor=none;top=0;left=0;bottom=0;right=0;fontStyle=1;overflow=hidden;whiteSpace=wrap;html=1;" value="PK" vertex="1">
          <mxGeometry height="30" width="30" as="geometry">
            <mxRectangle height="30" width="30" as="alternateBounds" />
          </mxGeometry>
        </mxCell>
        <mxCell id="_npB_olXc3t6ZuDcXEgX-17" parent="_npB_olXc3t6ZuDcXEgX-15" style="shape=partialRectangle;connectable=0;fillColor=none;top=0;left=0;bottom=0;right=0;align=left;spacingLeft=6;fontStyle=5;overflow=hidden;whiteSpace=wrap;html=1;" value="id_fecha" vertex="1">
          <mxGeometry height="30" width="150" x="30" as="geometry">
            <mxRectangle height="30" width="150" as="alternateBounds" />
          </mxGeometry>
        </mxCell>
        <mxCell id="_npB_olXc3t6ZuDcXEgX-18" parent="_npB_olXc3t6ZuDcXEgX-14" style="shape=tableRow;horizontal=0;startSize=0;swimlaneHead=0;swimlaneBody=0;fillColor=none;collapsible=0;dropTarget=0;points=[[0,0.5],[1,0.5]];portConstraint=eastwest;top=0;left=0;right=0;bottom=0;" value="" vertex="1">
          <mxGeometry height="30" width="180" y="60" as="geometry" />
        </mxCell>
        <mxCell id="_npB_olXc3t6ZuDcXEgX-19" parent="_npB_olXc3t6ZuDcXEgX-18" style="shape=partialRectangle;connectable=0;fillColor=none;top=0;left=0;bottom=0;right=0;editable=1;overflow=hidden;whiteSpace=wrap;html=1;" value="" vertex="1">
          <mxGeometry height="30" width="30" as="geometry">
            <mxRectangle height="30" width="30" as="alternateBounds" />
          </mxGeometry>
        </mxCell>
        <mxCell id="_npB_olXc3t6ZuDcXEgX-20" parent="_npB_olXc3t6ZuDcXEgX-18" style="shape=partialRectangle;connectable=0;fillColor=none;top=0;left=0;bottom=0;right=0;align=left;spacingLeft=6;overflow=hidden;whiteSpace=wrap;html=1;" value="cod_sist_origen" vertex="1">
          <mxGeometry height="30" width="150" x="30" as="geometry">
            <mxRectangle height="30" width="150" as="alternateBounds" />
          </mxGeometry>
        </mxCell>
        <mxCell id="cPr3DCjvWUAbPxRIG4sF-55" parent="_npB_olXc3t6ZuDcXEgX-14" style="shape=tableRow;horizontal=0;startSize=0;swimlaneHead=0;swimlaneBody=0;fillColor=none;collapsible=0;dropTarget=0;points=[[0,0.5],[1,0.5]];portConstraint=eastwest;top=0;left=0;right=0;bottom=0;" value="" vertex="1">
          <mxGeometry height="30" width="180" y="90" as="geometry" />
        </mxCell>
        <mxCell id="cPr3DCjvWUAbPxRIG4sF-56" parent="cPr3DCjvWUAbPxRIG4sF-55" style="shape=partialRectangle;connectable=0;fillColor=none;top=0;left=0;bottom=0;right=0;editable=1;overflow=hidden;whiteSpace=wrap;html=1;" value="" vertex="1">
          <mxGeometry height="30" width="30" as="geometry">
            <mxRectangle height="30" width="30" as="alternateBounds" />
          </mxGeometry>
        </mxCell>
        <mxCell id="cPr3DCjvWUAbPxRIG4sF-57" parent="cPr3DCjvWUAbPxRIG4sF-55" style="shape=partialRectangle;connectable=0;fillColor=none;top=0;left=0;bottom=0;right=0;align=left;spacingLeft=6;overflow=hidden;whiteSpace=wrap;html=1;" value="fecha" vertex="1">
          <mxGeometry height="30" width="150" x="30" as="geometry">
            <mxRectangle height="30" width="150" as="alternateBounds" />
          </mxGeometry>
        </mxCell>
        <mxCell id="-aOfcUVNLtPOQzGA6vKT-13" parent="_npB_olXc3t6ZuDcXEgX-14" style="shape=tableRow;horizontal=0;startSize=0;swimlaneHead=0;swimlaneBody=0;fillColor=none;collapsible=0;dropTarget=0;points=[[0,0.5],[1,0.5]];portConstraint=eastwest;top=0;left=0;right=0;bottom=0;" value="" vertex="1">
          <mxGeometry height="30" width="180" y="120" as="geometry" />
        </mxCell>
        <mxCell id="-aOfcUVNLtPOQzGA6vKT-14" parent="-aOfcUVNLtPOQzGA6vKT-13" style="shape=partialRectangle;connectable=0;fillColor=none;top=0;left=0;bottom=0;right=0;editable=1;overflow=hidden;whiteSpace=wrap;html=1;" value="" vertex="1">
          <mxGeometry height="30" width="30" as="geometry">
            <mxRectangle height="30" width="30" as="alternateBounds" />
          </mxGeometry>
        </mxCell>
        <mxCell id="-aOfcUVNLtPOQzGA6vKT-15" parent="-aOfcUVNLtPOQzGA6vKT-13" style="shape=partialRectangle;connectable=0;fillColor=none;top=0;left=0;bottom=0;right=0;align=left;spacingLeft=6;overflow=hidden;whiteSpace=wrap;html=1;" value="dia" vertex="1">
          <mxGeometry height="30" width="150" x="30" as="geometry">
            <mxRectangle height="30" width="150" as="alternateBounds" />
          </mxGeometry>
        </mxCell>
        <mxCell id="_npB_olXc3t6ZuDcXEgX-21" parent="_npB_olXc3t6ZuDcXEgX-14" style="shape=tableRow;horizontal=0;startSize=0;swimlaneHead=0;swimlaneBody=0;fillColor=none;collapsible=0;dropTarget=0;points=[[0,0.5],[1,0.5]];portConstraint=eastwest;top=0;left=0;right=0;bottom=0;" value="" vertex="1">
          <mxGeometry height="30" width="180" y="150" as="geometry" />
        </mxCell>
        <mxCell id="_npB_olXc3t6ZuDcXEgX-22" parent="_npB_olXc3t6ZuDcXEgX-21" style="shape=partialRectangle;connectable=0;fillColor=none;top=0;left=0;bottom=0;right=0;editable=1;overflow=hidden;whiteSpace=wrap;html=1;" value="" vertex="1">
          <mxGeometry height="30" width="30" as="geometry">
            <mxRectangle height="30" width="30" as="alternateBounds" />
          </mxGeometry>
        </mxCell>
        <mxCell id="_npB_olXc3t6ZuDcXEgX-23" parent="_npB_olXc3t6ZuDcXEgX-21" style="shape=partialRectangle;connectable=0;fillColor=none;top=0;left=0;bottom=0;right=0;align=left;spacingLeft=6;overflow=hidden;whiteSpace=wrap;html=1;" value="semana" vertex="1">
          <mxGeometry height="30" width="150" x="30" as="geometry">
            <mxRectangle height="30" width="150" as="alternateBounds" />
          </mxGeometry>
        </mxCell>
        <mxCell id="-aOfcUVNLtPOQzGA6vKT-7" parent="_npB_olXc3t6ZuDcXEgX-14" style="shape=tableRow;horizontal=0;startSize=0;swimlaneHead=0;swimlaneBody=0;fillColor=none;collapsible=0;dropTarget=0;points=[[0,0.5],[1,0.5]];portConstraint=eastwest;top=0;left=0;right=0;bottom=0;" value="" vertex="1">
          <mxGeometry height="30" width="180" y="180" as="geometry" />
        </mxCell>
        <mxCell id="-aOfcUVNLtPOQzGA6vKT-8" parent="-aOfcUVNLtPOQzGA6vKT-7" style="shape=partialRectangle;connectable=0;fillColor=none;top=0;left=0;bottom=0;right=0;editable=1;overflow=hidden;whiteSpace=wrap;html=1;" value="&lt;span style=&quot;white-space: pre;&quot;&gt;&#x9;&lt;/span&gt;&lt;span style=&quot;white-space: pre;&quot;&gt;&#x9;&lt;/span&gt;" vertex="1">
          <mxGeometry height="30" width="30" as="geometry">
            <mxRectangle height="30" width="30" as="alternateBounds" />
          </mxGeometry>
        </mxCell>
        <mxCell id="-aOfcUVNLtPOQzGA6vKT-9" parent="-aOfcUVNLtPOQzGA6vKT-7" style="shape=partialRectangle;connectable=0;fillColor=none;top=0;left=0;bottom=0;right=0;align=left;spacingLeft=6;overflow=hidden;whiteSpace=wrap;html=1;" value="mes" vertex="1">
          <mxGeometry height="30" width="150" x="30" as="geometry">
            <mxRectangle height="30" width="150" as="alternateBounds" />
          </mxGeometry>
        </mxCell>
        <mxCell id="_npB_olXc3t6ZuDcXEgX-24" parent="_npB_olXc3t6ZuDcXEgX-14" style="shape=tableRow;horizontal=0;startSize=0;swimlaneHead=0;swimlaneBody=0;fillColor=none;collapsible=0;dropTarget=0;points=[[0,0.5],[1,0.5]];portConstraint=eastwest;top=0;left=0;right=0;bottom=0;" value="" vertex="1">
          <mxGeometry height="30" width="180" y="210" as="geometry" />
        </mxCell>
        <mxCell id="_npB_olXc3t6ZuDcXEgX-25" parent="_npB_olXc3t6ZuDcXEgX-24" style="shape=partialRectangle;connectable=0;fillColor=none;top=0;left=0;bottom=0;right=0;editable=1;overflow=hidden;whiteSpace=wrap;html=1;" value="" vertex="1">
          <mxGeometry height="30" width="30" as="geometry">
            <mxRectangle height="30" width="30" as="alternateBounds" />
          </mxGeometry>
        </mxCell>
        <mxCell id="_npB_olXc3t6ZuDcXEgX-26" parent="_npB_olXc3t6ZuDcXEgX-24" style="shape=partialRectangle;connectable=0;fillColor=none;top=0;left=0;bottom=0;right=0;align=left;spacingLeft=6;overflow=hidden;whiteSpace=wrap;html=1;" value="trimestre" vertex="1">
          <mxGeometry height="30" width="150" x="30" as="geometry">
            <mxRectangle height="30" width="150" as="alternateBounds" />
          </mxGeometry>
        </mxCell>
        <mxCell id="-aOfcUVNLtPOQzGA6vKT-10" parent="_npB_olXc3t6ZuDcXEgX-14" style="shape=tableRow;horizontal=0;startSize=0;swimlaneHead=0;swimlaneBody=0;fillColor=none;collapsible=0;dropTarget=0;points=[[0,0.5],[1,0.5]];portConstraint=eastwest;top=0;left=0;right=0;bottom=0;" value="" vertex="1">
          <mxGeometry height="30" width="180" y="240" as="geometry" />
        </mxCell>
        <mxCell id="-aOfcUVNLtPOQzGA6vKT-11" parent="-aOfcUVNLtPOQzGA6vKT-10" style="shape=partialRectangle;connectable=0;fillColor=none;top=0;left=0;bottom=0;right=0;editable=1;overflow=hidden;whiteSpace=wrap;html=1;" value="" vertex="1">
          <mxGeometry height="30" width="30" as="geometry">
            <mxRectangle height="30" width="30" as="alternateBounds" />
          </mxGeometry>
        </mxCell>
        <mxCell id="-aOfcUVNLtPOQzGA6vKT-12" parent="-aOfcUVNLtPOQzGA6vKT-10" style="shape=partialRectangle;connectable=0;fillColor=none;top=0;left=0;bottom=0;right=0;align=left;spacingLeft=6;overflow=hidden;whiteSpace=wrap;html=1;" value="anio" vertex="1">
          <mxGeometry height="30" width="150" x="30" as="geometry">
            <mxRectangle height="30" width="150" as="alternateBounds" />
          </mxGeometry>
        </mxCell>
        <mxCell id="-aOfcUVNLtPOQzGA6vKT-34" edge="1" parent="1" source="-aOfcUVNLtPOQzGA6vKT-31" style="edgeStyle=orthogonalEdgeStyle;rounded=0;orthogonalLoop=1;jettySize=auto;html=1;exitX=1;exitY=0.5;exitDx=0;exitDy=0;entryX=0;entryY=0.5;entryDx=0;entryDy=0;" target="_npB_olXc3t6ZuDcXEgX-54">
          <mxGeometry relative="1" as="geometry" />
        </mxCell>
        <mxCell id="cPr3DCjvWUAbPxRIG4sF-1" edge="1" parent="1" source="cPr3DCjvWUAbPxRIG4sF-4" style="edgeStyle=orthogonalEdgeStyle;rounded=0;orthogonalLoop=1;jettySize=auto;html=1;exitX=0;exitY=0.5;exitDx=0;exitDy=0;entryX=1;entryY=0.5;entryDx=0;entryDy=0;" target="_npB_olXc3t6ZuDcXEgX-15">
          <mxGeometry relative="1" as="geometry" />
        </mxCell>
        <mxCell id="cPr3DCjvWUAbPxRIG4sF-3" edge="1" parent="1" source="-aOfcUVNLtPOQzGA6vKT-48" style="edgeStyle=orthogonalEdgeStyle;rounded=0;orthogonalLoop=1;jettySize=auto;html=1;exitX=0;exitY=0.5;exitDx=0;exitDy=0;entryX=1;entryY=0.5;entryDx=0;entryDy=0;" target="_npB_olXc3t6ZuDcXEgX-67">
          <mxGeometry relative="1" as="geometry" />
        </mxCell>
        <mxCell id="cPr3DCjvWUAbPxRIG4sF-7" edge="1" parent="1" source="_npB_olXc3t6ZuDcXEgX-44" style="edgeStyle=orthogonalEdgeStyle;rounded=0;orthogonalLoop=1;jettySize=auto;html=1;exitX=0;exitY=0.5;exitDx=0;exitDy=0;entryX=0;entryY=0.5;entryDx=0;entryDy=0;" target="_npB_olXc3t6ZuDcXEgX-2">
          <mxGeometry relative="1" as="geometry" />
        </mxCell>
        <mxCell id="cPr3DCjvWUAbPxRIG4sF-15" edge="1" parent="1" source="cPr3DCjvWUAbPxRIG4sF-8" style="edgeStyle=orthogonalEdgeStyle;rounded=0;orthogonalLoop=1;jettySize=auto;html=1;exitX=1;exitY=0.5;exitDx=0;exitDy=0;entryX=0;entryY=0.5;entryDx=0;entryDy=0;" target="_npB_olXc3t6ZuDcXEgX-80">
          <mxGeometry relative="1" as="geometry" />
        </mxCell>
        <mxCell id="cPr3DCjvWUAbPxRIG4sF-16" parent="1" style="shape=table;startSize=30;container=1;collapsible=1;childLayout=tableLayout;fixedRows=1;rowLines=0;fontStyle=1;align=center;resizeLast=1;html=1;" value="d_hora" vertex="1">
          <mxGeometry height="180" width="180" x="-170" y="30" as="geometry" />
        </mxCell>
        <mxCell id="cPr3DCjvWUAbPxRIG4sF-17" parent="cPr3DCjvWUAbPxRIG4sF-16" style="shape=tableRow;horizontal=0;startSize=0;swimlaneHead=0;swimlaneBody=0;fillColor=none;collapsible=0;dropTarget=0;points=[[0,0.5],[1,0.5]];portConstraint=eastwest;top=0;left=0;right=0;bottom=1;" value="" vertex="1">
          <mxGeometry height="30" width="180" y="30" as="geometry" />
        </mxCell>
        <mxCell id="cPr3DCjvWUAbPxRIG4sF-18" parent="cPr3DCjvWUAbPxRIG4sF-17" style="shape=partialRectangle;connectable=0;fillColor=none;top=0;left=0;bottom=0;right=0;fontStyle=1;overflow=hidden;whiteSpace=wrap;html=1;" value="PK" vertex="1">
          <mxGeometry height="30" width="30" as="geometry">
            <mxRectangle height="30" width="30" as="alternateBounds" />
          </mxGeometry>
        </mxCell>
        <mxCell id="cPr3DCjvWUAbPxRIG4sF-19" parent="cPr3DCjvWUAbPxRIG4sF-17" style="shape=partialRectangle;connectable=0;fillColor=none;top=0;left=0;bottom=0;right=0;align=left;spacingLeft=6;fontStyle=5;overflow=hidden;whiteSpace=wrap;html=1;" value="id_hora" vertex="1">
          <mxGeometry height="30" width="150" x="30" as="geometry">
            <mxRectangle height="30" width="150" as="alternateBounds" />
          </mxGeometry>
        </mxCell>
        <mxCell id="cPr3DCjvWUAbPxRIG4sF-20" parent="cPr3DCjvWUAbPxRIG4sF-16" style="shape=tableRow;horizontal=0;startSize=0;swimlaneHead=0;swimlaneBody=0;fillColor=none;collapsible=0;dropTarget=0;points=[[0,0.5],[1,0.5]];portConstraint=eastwest;top=0;left=0;right=0;bottom=0;" value="" vertex="1">
          <mxGeometry height="30" width="180" y="60" as="geometry" />
        </mxCell>
        <mxCell id="cPr3DCjvWUAbPxRIG4sF-21" parent="cPr3DCjvWUAbPxRIG4sF-20" style="shape=partialRectangle;connectable=0;fillColor=none;top=0;left=0;bottom=0;right=0;editable=1;overflow=hidden;whiteSpace=wrap;html=1;" value="" vertex="1">
          <mxGeometry height="30" width="30" as="geometry">
            <mxRectangle height="30" width="30" as="alternateBounds" />
          </mxGeometry>
        </mxCell>
        <mxCell id="cPr3DCjvWUAbPxRIG4sF-22" parent="cPr3DCjvWUAbPxRIG4sF-20" style="shape=partialRectangle;connectable=0;fillColor=none;top=0;left=0;bottom=0;right=0;align=left;spacingLeft=6;overflow=hidden;whiteSpace=wrap;html=1;" value="cod_sist_origen" vertex="1">
          <mxGeometry height="30" width="150" x="30" as="geometry">
            <mxRectangle height="30" width="150" as="alternateBounds" />
          </mxGeometry>
        </mxCell>
        <mxCell id="cPr3DCjvWUAbPxRIG4sF-58" parent="cPr3DCjvWUAbPxRIG4sF-16" style="shape=tableRow;horizontal=0;startSize=0;swimlaneHead=0;swimlaneBody=0;fillColor=none;collapsible=0;dropTarget=0;points=[[0,0.5],[1,0.5]];portConstraint=eastwest;top=0;left=0;right=0;bottom=0;" value="" vertex="1">
          <mxGeometry height="30" width="180" y="90" as="geometry" />
        </mxCell>
        <mxCell id="cPr3DCjvWUAbPxRIG4sF-59" parent="cPr3DCjvWUAbPxRIG4sF-58" style="shape=partialRectangle;connectable=0;fillColor=none;top=0;left=0;bottom=0;right=0;editable=1;overflow=hidden;whiteSpace=wrap;html=1;" value="" vertex="1">
          <mxGeometry height="30" width="30" as="geometry">
            <mxRectangle height="30" width="30" as="alternateBounds" />
          </mxGeometry>
        </mxCell>
        <mxCell id="cPr3DCjvWUAbPxRIG4sF-60" parent="cPr3DCjvWUAbPxRIG4sF-58" style="shape=partialRectangle;connectable=0;fillColor=none;top=0;left=0;bottom=0;right=0;align=left;spacingLeft=6;overflow=hidden;whiteSpace=wrap;html=1;" value="hora_inicio" vertex="1">
          <mxGeometry height="30" width="150" x="30" as="geometry">
            <mxRectangle height="30" width="150" as="alternateBounds" />
          </mxGeometry>
        </mxCell>
        <mxCell id="cPr3DCjvWUAbPxRIG4sF-23" parent="cPr3DCjvWUAbPxRIG4sF-16" style="shape=tableRow;horizontal=0;startSize=0;swimlaneHead=0;swimlaneBody=0;fillColor=none;collapsible=0;dropTarget=0;points=[[0,0.5],[1,0.5]];portConstraint=eastwest;top=0;left=0;right=0;bottom=0;" value="" vertex="1">
          <mxGeometry height="30" width="180" y="120" as="geometry" />
        </mxCell>
        <mxCell id="cPr3DCjvWUAbPxRIG4sF-24" parent="cPr3DCjvWUAbPxRIG4sF-23" style="shape=partialRectangle;connectable=0;fillColor=none;top=0;left=0;bottom=0;right=0;editable=1;overflow=hidden;whiteSpace=wrap;html=1;" value="" vertex="1">
          <mxGeometry height="30" width="30" as="geometry">
            <mxRectangle height="30" width="30" as="alternateBounds" />
          </mxGeometry>
        </mxCell>
        <mxCell id="cPr3DCjvWUAbPxRIG4sF-25" parent="cPr3DCjvWUAbPxRIG4sF-23" style="shape=partialRectangle;connectable=0;fillColor=none;top=0;left=0;bottom=0;right=0;align=left;spacingLeft=6;overflow=hidden;whiteSpace=wrap;html=1;" value="hora_fin" vertex="1">
          <mxGeometry height="30" width="150" x="30" as="geometry">
            <mxRectangle height="30" width="150" as="alternateBounds" />
          </mxGeometry>
        </mxCell>
        <mxCell id="cPr3DCjvWUAbPxRIG4sF-64" parent="cPr3DCjvWUAbPxRIG4sF-16" style="shape=tableRow;horizontal=0;startSize=0;swimlaneHead=0;swimlaneBody=0;fillColor=none;collapsible=0;dropTarget=0;points=[[0,0.5],[1,0.5]];portConstraint=eastwest;top=0;left=0;right=0;bottom=0;" value="" vertex="1">
          <mxGeometry height="30" width="180" y="150" as="geometry" />
        </mxCell>
        <mxCell id="cPr3DCjvWUAbPxRIG4sF-65" parent="cPr3DCjvWUAbPxRIG4sF-64" style="shape=partialRectangle;connectable=0;fillColor=none;top=0;left=0;bottom=0;right=0;editable=1;overflow=hidden;whiteSpace=wrap;html=1;" value="" vertex="1">
          <mxGeometry height="30" width="30" as="geometry">
            <mxRectangle height="30" width="30" as="alternateBounds" />
          </mxGeometry>
        </mxCell>
        <mxCell id="cPr3DCjvWUAbPxRIG4sF-66" parent="cPr3DCjvWUAbPxRIG4sF-64" style="shape=partialRectangle;connectable=0;fillColor=none;top=0;left=0;bottom=0;right=0;align=left;spacingLeft=6;overflow=hidden;whiteSpace=wrap;html=1;" value="franja_horaria" vertex="1">
          <mxGeometry height="30" width="150" x="30" as="geometry">
            <mxRectangle height="30" width="150" as="alternateBounds" />
          </mxGeometry>
        </mxCell>
        <mxCell id="cPr3DCjvWUAbPxRIG4sF-29" edge="1" parent="1" source="_npB_olXc3t6ZuDcXEgX-47" style="edgeStyle=orthogonalEdgeStyle;rounded=0;orthogonalLoop=1;jettySize=auto;html=1;exitX=0;exitY=0.5;exitDx=0;exitDy=0;entryX=1;entryY=0.5;entryDx=0;entryDy=0;" target="cPr3DCjvWUAbPxRIG4sF-17">
          <mxGeometry relative="1" as="geometry" />
        </mxCell>
      </root>
    </mxGraphModel>
  </diagram>
</mxfile>
